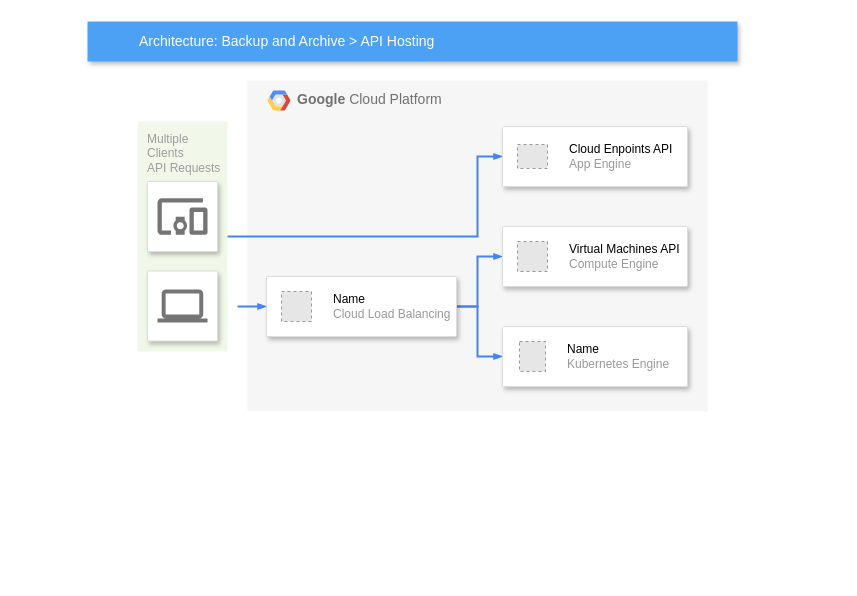
Before: Diagramme sans nom.drawio in saadox215/Story, a draw.io diagram. Source tidied: cells renumbered, new cells numbered last; positions are measured from the earlier drawing's top-left corner, leaving out a move shared by most shapes. Both pictures are drawn from the tidied source at 100%, with x=0, y=0 at pixel (87, 21). Pictures stored in the file or linked from it are replaced by grey dashed boxes.
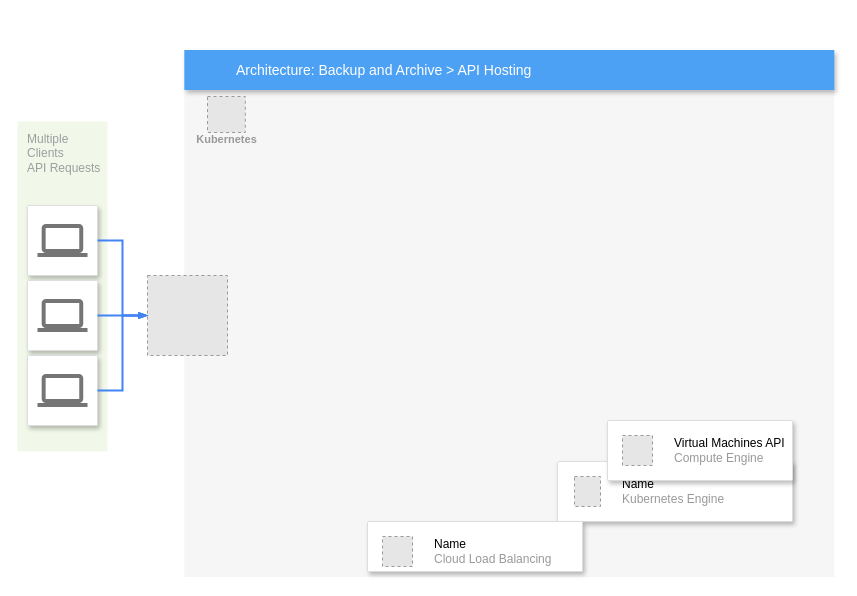
Above is the later version.

Commit message (it also covers changes not shown here):
Mettre à jour Diagramme sans nom.drawio

What changed in the source:
```diff
@@
-    <mxCell id="2" value="&lt;b&gt;Google &lt;/b&gt;Cloud Platform" style="fillColor=#F6F6F6;strokeColor=none;shadow=0;gradientColor=none;fontSize=14;align=left;spacing=10;fontColor=#717171;9E9E9E;verticalAlign=top;spacingTop=-4;fontStyle=0;spacingLeft=40;html=1;" parent="1" vertex="1">
-      <mxGeometry x="160" y="59" width="460" height="331" as="geometry" />
+    <mxCell id="2" value="&lt;b&gt;&amp;nbsp; &amp;nbsp;&lt;/b&gt;" style="fillColor=#F6F6F6;strokeColor=none;shadow=0;gradientColor=none;fontSize=14;align=left;spacing=10;fontColor=#717171;9E9E9E;verticalAlign=top;spacingTop=-4;fontStyle=0;spacingLeft=40;html=1;" parent="1" vertex="1">
+      <mxGeometry x="96.8" y="68.5" width="650" height="487" as="geometry" />
     </mxCell>
-    <mxCell id="3" style="shape=mxgraph.gcp2.google_cloud_platform;fillColor=#F6F6F6;strokeColor=none;shadow=0;gradientColor=none;" parent="2" vertex="1">
-      <mxGeometry width="23" height="20" relative="1" as="geometry">
-        <mxPoint x="20" y="10" as="offset" />
-      </mxGeometry>
-    </mxCell>
     <mxCell id="4" value="Multiple&lt;br&gt;Clients&lt;br&gt;API Requests&lt;br&gt;" style="rounded=1;absoluteArcSize=1;arcSize=2;html=1;strokeColor=none;gradientColor=none;shadow=0;dashed=0;fontSize=12;fontColor=#9E9E9E;align=left;verticalAlign=top;spacing=10;spacingTop=-4;fillColor=#F1F8E9;" parent="1" vertex="1">
-      <mxGeometry x="50" y="100" width="90" height="230" as="geometry" />
+      <mxGeometry x="-70" y="100" width="90" height="330" as="geometry" />
     </mxCell>
     <mxCell id="5" value="Architecture: Backup and Archive &amp;gt; API Hosting" style="fillColor=#4DA1F5;strokeColor=none;shadow=1;gradientColor=none;fontSize=14;align=left;spacingLeft=50;fontColor=#ffffff;html=1;" parent="1" vertex="1">
-      <mxGeometry width="650" height="40" as="geometry" />
+      <mxGeometry x="96.8" y="28.5" width="650" height="40" as="geometry" />
     </mxCell>
-    <mxCell id="6" style="edgeStyle=orthogonalEdgeStyle;rounded=0;elbow=vertical;html=1;labelBackgroundColor=none;startFill=1;startSize=4;endArrow=blockThin;endFill=1;endSize=4;jettySize=auto;strokeColor=#4284F3;strokeWidth=2;fontSize=12;fontColor=#000000;align=left;dashed=0;" parent="1" edge="1" source="4" target="16">
-      <mxGeometry relative="1" as="geometry">
-        <Array as="points">
-          <mxPoint x="390" y="215" />
-          <mxPoint x="390" y="135" />
-        </Array>
-      </mxGeometry>
-    </mxCell>
-    <mxCell id="7" style="strokeColor=#dddddd;fillColor=#ffffff;shadow=1;strokeWidth=1;rounded=1;absoluteArcSize=1;arcSize=2;labelPosition=center;verticalLabelPosition=middle;align=center;verticalAlign=bottom;spacingLeft=0;fontColor=#999999;fontSize=12;whiteSpace=wrap;spacingBottom=2;html=1;" parent="1" vertex="1">
-      <mxGeometry x="60" y="160" width="70" height="70" as="geometry" />
-    </mxCell>
-    <mxCell id="8" style="dashed=0;html=1;fillColor=#757575;strokeColor=none;shape=mxgraph.gcp2.mobile_devices;" parent="7" vertex="1">
-      <mxGeometry x="0.5" width="50" height="36.5" relative="1" as="geometry">
-        <mxPoint x="-25" y="16.8" as="offset" />
-      </mxGeometry>
-    </mxCell>
-    <mxCell id="9" style="edgeStyle=elbowEdgeStyle;rounded=0;elbow=vertical;html=1;labelBackgroundColor=none;startFill=1;startSize=4;endArrow=blockThin;endFill=1;endSize=4;jettySize=auto;strokeColor=#4284F3;strokeWidth=2;fontSize=12;fontColor=#000000;align=left;dashed=0;" parent="1" edge="1" target="20">
-      <mxGeometry relative="1" as="geometry">
-        <mxPoint x="150" y="285" as="sourcePoint" />
-      </mxGeometry>
-    </mxCell>
     <mxCell id="10" style="strokeColor=#dddddd;fillColor=#ffffff;shadow=1;strokeWidth=1;rounded=1;absoluteArcSize=1;arcSize=2;labelPosition=center;verticalLabelPosition=middle;align=center;verticalAlign=bottom;spacingLeft=0;fontColor=#999999;fontSize=12;whiteSpace=wrap;spacingBottom=2;html=1;" parent="1" vertex="1">
-      <mxGeometry x="60" y="249.5" width="70" height="70" as="geometry" />
+      <mxGeometry x="-60" y="184" width="70" height="70" as="geometry" />
     </mxCell>
@@
-    <mxCell id="12" style="edgeStyle=orthogonalEdgeStyle;rounded=0;elbow=vertical;html=1;labelBackgroundColor=none;startFill=1;startSize=4;endArrow=blockThin;endFill=1;endSize=4;jettySize=auto;strokeColor=#4284F3;strokeWidth=2;fontSize=12;fontColor=#000000;align=left;dashed=0;" parent="1" edge="1" source="20" target="14">
-      <mxGeometry relative="1" as="geometry">
-        <Array as="points">
-          <mxPoint x="390" y="285" />
-          <mxPoint x="390" y="235" />
-        </Array>
-      </mxGeometry>
-    </mxCell>
-    <mxCell id="13" style="edgeStyle=orthogonalEdgeStyle;rounded=0;elbow=vertical;html=1;labelBackgroundColor=none;startFill=1;startSize=4;endArrow=blockThin;endFill=1;endSize=4;jettySize=auto;strokeColor=#4284F3;strokeWidth=2;fontSize=12;fontColor=#000000;align=left;dashed=0;" parent="1" edge="1" source="20" target="18">
-      <mxGeometry relative="1" as="geometry">
-        <Array as="points">
-          <mxPoint x="390" y="285" />
-          <mxPoint x="390" y="335" />
-        </Array>
-      </mxGeometry>
-    </mxCell>
+    <mxCell id="18" style="strokeColor=#dddddd;shadow=1;strokeWidth=1;rounded=1;absoluteArcSize=1;arcSize=2;" parent="1" vertex="1">
+      <mxGeometry x="470" y="440" width="235" height="60" as="geometry" />
+    </mxCell>
+    <mxCell id="19" value="&lt;font color=&quot;#000000&quot;&gt;Name&lt;/font&gt;&lt;br&gt;Kubernetes Engine" style="fillColor=#E6E6E6;strokeColor=#999999;dashed=1;html=1;fontColor=#999999;verticalLabelPosition=middle;verticalAlign=middle;labelPosition=right;align=left;spacingLeft=20;" parent="18" vertex="1">
+      <mxGeometry width="26" height="30" relative="1" as="geometry">
+        <mxPoint x="17" y="15" as="offset" />
+      </mxGeometry>
+    </mxCell>
-    <mxCell id="14" style="strokeColor=#dddddd;shadow=1;strokeWidth=1;rounded=1;absoluteArcSize=1;arcSize=2;" parent="1" vertex="1">
-      <mxGeometry x="415" y="205" width="185" height="60" as="geometry" />
+    <mxCell id="14" style="strokeColor=#dddddd;shadow=1;strokeWidth=1;rounded=1;absoluteArcSize=1;arcSize=2;" parent="18" vertex="1">
+      <mxGeometry x="50" y="-41" width="185" height="60" as="geometry" />
     </mxCell>
@@
-    <mxCell id="16" style="strokeColor=#dddddd;shadow=1;strokeWidth=1;rounded=1;absoluteArcSize=1;arcSize=2;" parent="1" vertex="1">
-      <mxGeometry x="415" y="105" width="185" height="60" as="geometry" />
-    </mxCell>
-    <mxCell id="17" value="&lt;font color=&quot;#000000&quot;&gt;Cloud Enpoints API&lt;/font&gt;&lt;br&gt;App Engine" style="fillColor=#E6E6E6;strokeColor=#999999;dashed=1;html=1;fontColor=#999999;verticalLabelPosition=middle;verticalAlign=middle;labelPosition=right;align=left;spacingLeft=20;" parent="16" vertex="1">
-      <mxGeometry width="30" height="24" relative="1" as="geometry">
-        <mxPoint x="15" y="18" as="offset" />
-      </mxGeometry>
-    </mxCell>
-    <mxCell id="18" style="strokeColor=#dddddd;shadow=1;strokeWidth=1;rounded=1;absoluteArcSize=1;arcSize=2;" parent="1" vertex="1">
-      <mxGeometry x="415" y="305" width="185" height="60" as="geometry" />
-    </mxCell>
-    <mxCell id="19" value="&lt;font color=&quot;#000000&quot;&gt;Name&lt;/font&gt;&lt;br&gt;Kubernetes Engine" style="fillColor=#E6E6E6;strokeColor=#999999;dashed=1;html=1;fontColor=#999999;verticalLabelPosition=middle;verticalAlign=middle;labelPosition=right;align=left;spacingLeft=20;" parent="18" vertex="1">
-      <mxGeometry width="26" height="30" relative="1" as="geometry">
-        <mxPoint x="17" y="15" as="offset" />
-      </mxGeometry>
-    </mxCell>
     <mxCell id="20" style="strokeColor=#dddddd;shadow=1;strokeWidth=1;rounded=1;absoluteArcSize=1;arcSize=2;" parent="1" vertex="1">
-      <mxGeometry x="179" y="255" width="190" height="60" as="geometry" />
+      <mxGeometry x="280" y="500" width="215" height="50" as="geometry" />
     </mxCell>
@@
+    <mxCell id="22" value="Kubernetes" style="fillColor=#E6E6E6;strokeColor=#999999;dashed=1;html=1;verticalAlign=top;labelPosition=center;verticalLabelPosition=bottom;align=center;spacingTop=-6;fontSize=11;fontStyle=1;fontColor=#999999;" parent="1" vertex="1">
+      <mxGeometry x="120" y="75" width="37.8" height="36" as="geometry" />
+    </mxCell>
+    <mxCell id="23" style="strokeColor=#dddddd;fillColor=#ffffff;shadow=1;strokeWidth=1;rounded=1;absoluteArcSize=1;arcSize=2;labelPosition=center;verticalLabelPosition=middle;align=center;verticalAlign=bottom;spacingLeft=0;fontColor=#999999;fontSize=12;whiteSpace=wrap;spacingBottom=2;html=1;" parent="1" vertex="1">
+      <mxGeometry x="-60" y="259" width="70" height="70" as="geometry" />
+    </mxCell>
+    <mxCell id="24" style="dashed=0;html=1;fillColor=#757575;strokeColor=none;shape=mxgraph.gcp2.laptop;" parent="23" vertex="1">
+      <mxGeometry x="0.5" width="50" height="33" relative="1" as="geometry">
+        <mxPoint x="-25" y="18.5" as="offset" />
+      </mxGeometry>
+    </mxCell>
+    <mxCell id="25" style="strokeColor=#dddddd;fillColor=#ffffff;shadow=1;strokeWidth=1;rounded=1;absoluteArcSize=1;arcSize=2;labelPosition=center;verticalLabelPosition=middle;align=center;verticalAlign=bottom;spacingLeft=0;fontColor=#999999;fontSize=12;whiteSpace=wrap;spacingBottom=2;html=1;" parent="1" vertex="1">
+      <mxGeometry x="-60" y="334" width="70" height="70" as="geometry" />
+    </mxCell>
+    <mxCell id="26" style="dashed=0;html=1;fillColor=#757575;strokeColor=none;shape=mxgraph.gcp2.laptop;" parent="25" vertex="1">
+      <mxGeometry x="0.5" width="50" height="33" relative="1" as="geometry">
+        <mxPoint x="-25" y="18.5" as="offset" />
+      </mxGeometry>
+    </mxCell>
+    <mxCell id="27" style="fillColor=#E6E6E6;strokeColor=#999999;dashed=1;verticalLabelPosition=bottom;labelBackgroundColor=default;verticalAlign=top;" parent="1" vertex="1">
+      <mxGeometry x="60" y="254" width="80" height="80" as="geometry" />
+    </mxCell>
+    <mxCell id="28" style="edgeStyle=orthogonalEdgeStyle;fontSize=12;html=1;endArrow=blockThin;endFill=1;rounded=0;strokeWidth=2;endSize=4;startSize=4;dashed=0;strokeColor=#4284F3;exitX=1;exitY=0.5;exitDx=0;exitDy=0;entryX=0;entryY=0.5;entryDx=0;entryDy=0;" parent="1" edge="1" source="10" target="27">
+      <mxGeometry relative="1" as="geometry" />
+    </mxCell>
+    <mxCell id="29" style="edgeStyle=orthogonalEdgeStyle;fontSize=12;html=1;endArrow=blockThin;endFill=1;rounded=0;strokeWidth=2;endSize=4;startSize=4;dashed=0;strokeColor=#4284F3;exitX=1;exitY=0.5;exitDx=0;exitDy=0;entryX=0;entryY=0.5;entryDx=0;entryDy=0;" parent="1" edge="1" source="23" target="27">
+      <mxGeometry relative="1" as="geometry" />
+    </mxCell>
+    <mxCell id="30" style="edgeStyle=orthogonalEdgeStyle;fontSize=12;html=1;endArrow=blockThin;endFill=1;rounded=0;strokeWidth=2;endSize=4;startSize=4;dashed=0;strokeColor=#4284F3;exitX=1;exitY=0.5;exitDx=0;exitDy=0;entryX=0;entryY=0.5;entryDx=0;entryDy=0;" parent="1" edge="1" source="25" target="27">
+      <mxGeometry relative="1" as="geometry" />
+    </mxCell>
```
